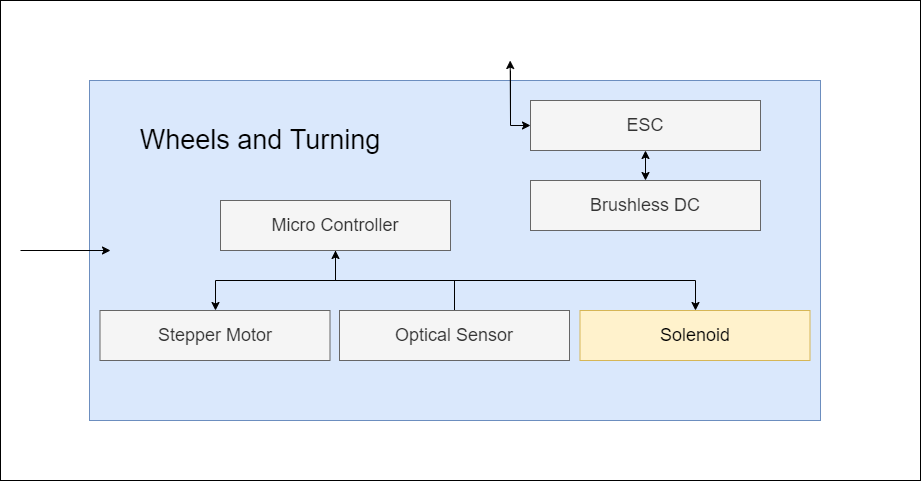
TuringBoard/ADS keeps this draw.io diagram as ADS Latex/images/Keaton/Solenoid.png. Above is the earlier version. Source tidied: cells renumbered, new cells last; positions are measured from the earlier drawing's top-left corner, leaving out a move shared by most shapes. Its diagram source:
```xml
<mxGraphModel>
  <root>
    <mxCell id="0" />
    <mxCell id="1" parent="0" />
    <mxCell id="2" style="rounded=0;whiteSpace=wrap;html=1;fontSize=14;" parent="1" vertex="1">
      <mxGeometry width="920" height="480" as="geometry" />
    </mxCell>
    <mxCell id="3" style="rounded=0;whiteSpace=wrap;html=1;fillColor=#dae8fc;strokeColor=#6c8ebf;" parent="1" vertex="1">
      <mxGeometry x="89" y="80" width="731" height="340" as="geometry" />
    </mxCell>
    <mxCell id="4" value="Wheels and Turning" style="text;html=1;strokeColor=none;fillColor=none;align=center;verticalAlign=middle;whiteSpace=wrap;rounded=0;fontSize=27;" parent="1" vertex="1">
      <mxGeometry x="110" y="110" width="300" height="60" as="geometry" />
    </mxCell>
    <mxCell id="5" value="ESC" style="rounded=0;whiteSpace=wrap;html=1;fontSize=18;fillColor=#f5f5f5;strokeColor=#666666;fontColor=#333333;" parent="1" vertex="1">
      <mxGeometry x="530" y="100" width="230" height="50" as="geometry" />
    </mxCell>
    <mxCell id="6" style="edgeStyle=orthogonalEdgeStyle;rounded=0;jettySize=auto;html=1;" parent="1" edge="1" source="8" target="10">
      <mxGeometry relative="1" as="geometry">
        <Array as="points">
          <mxPoint x="335" y="280" />
          <mxPoint x="215" y="280" />
        </Array>
      </mxGeometry>
    </mxCell>
    <mxCell id="7" style="edgeStyle=orthogonalEdgeStyle;rounded=0;jettySize=auto;html=1;exitX=0.5;exitY=1;exitDx=0;exitDy=0;" parent="1" edge="1" source="8" target="16">
      <mxGeometry relative="1" as="geometry">
        <Array as="points">
          <mxPoint x="335" y="280" />
          <mxPoint x="695" y="280" />
        </Array>
      </mxGeometry>
    </mxCell>
    <mxCell id="8" value="Micro Controller" style="rounded=0;whiteSpace=wrap;html=1;fontSize=18;fillColor=#f5f5f5;strokeColor=#666666;fontColor=#333333;" parent="1" vertex="1">
      <mxGeometry x="220" y="200" width="230" height="50" as="geometry" />
    </mxCell>
    <mxCell id="9" value="&lt;div&gt;Brushless DC&lt;/div&gt;" style="rounded=0;whiteSpace=wrap;html=1;fontSize=18;fillColor=#f5f5f5;strokeColor=#666666;fontColor=#333333;" parent="1" vertex="1">
      <mxGeometry x="530" y="180" width="230" height="50" as="geometry" />
    </mxCell>
    <mxCell id="10" value="Stepper Motor" style="rounded=0;whiteSpace=wrap;html=1;fontSize=18;fillColor=#f5f5f5;strokeColor=#666666;fontColor=#333333;" parent="1" vertex="1">
      <mxGeometry x="99.5" y="310" width="230" height="50" as="geometry" />
    </mxCell>
    <mxCell id="11" style="edgeStyle=orthogonalEdgeStyle;rounded=0;jettySize=auto;html=1;entryX=0;entryY=0.5;entryDx=0;entryDy=0;" parent="1" edge="1" target="5">
      <mxGeometry relative="1" as="geometry">
        <mxPoint x="510" y="70" as="sourcePoint" />
        <Array as="points">
          <mxPoint x="510" y="125" />
        </Array>
      </mxGeometry>
    </mxCell>
    <mxCell id="12" style="edgeStyle=orthogonalEdgeStyle;rounded=0;orthogonalLoop=1;jettySize=auto;html=1;exitX=0.5;exitY=1;exitDx=0;exitDy=0;" parent="1" edge="1" source="2" target="2">
      <mxGeometry relative="1" as="geometry" />
    </mxCell>
    <mxCell id="13" style="endArrow=classic;startArrow=classic;html=1;rounded=0;exitX=0.5;exitY=1;exitDx=0;exitDy=0;" parent="1" edge="1" source="5" target="9">
      <mxGeometry relative="1" as="geometry" />
    </mxCell>
    <mxCell id="14" style="edgeStyle=orthogonalEdgeStyle;rounded=0;jettySize=auto;html=1;entryX=0.5;entryY=1;entryDx=0;entryDy=0;" parent="1" edge="1" source="15" target="8">
      <mxGeometry relative="1" as="geometry" />
    </mxCell>
    <mxCell id="15" value="Optical Sensor" style="rounded=0;whiteSpace=wrap;html=1;fontSize=18;fillColor=#f5f5f5;strokeColor=#666666;fontColor=#333333;" parent="1" vertex="1">
      <mxGeometry x="339" y="310" width="230" height="50" as="geometry" />
    </mxCell>
    <mxCell id="16" value="Solenoid" style="rounded=0;whiteSpace=wrap;html=1;fontSize=18;fillColor=#fff2cc;strokeColor=#d6b656;" parent="1" vertex="1">
      <mxGeometry x="579.5" y="310" width="230" height="50" as="geometry" />
    </mxCell>
    <mxCell id="17" style="endArrow=classic;html=1;rounded=0;entryX=0.554;entryY=0.125;entryDx=0;entryDy=0;entryPerimeter=0;" parent="1" edge="1" target="2">
      <mxGeometry relative="1" as="geometry">
        <mxPoint x="510" y="120" as="sourcePoint" />
      </mxGeometry>
    </mxCell>
    <mxCell id="18" style="endArrow=classic;html=1;rounded=0;" parent="1" edge="1">
      <mxGeometry relative="1" as="geometry">
        <mxPoint x="20" y="250" as="sourcePoint" />
        <mxPoint x="110" y="250" as="targetPoint" />
      </mxGeometry>
    </mxCell>
  </root>
</mxGraphModel>
```
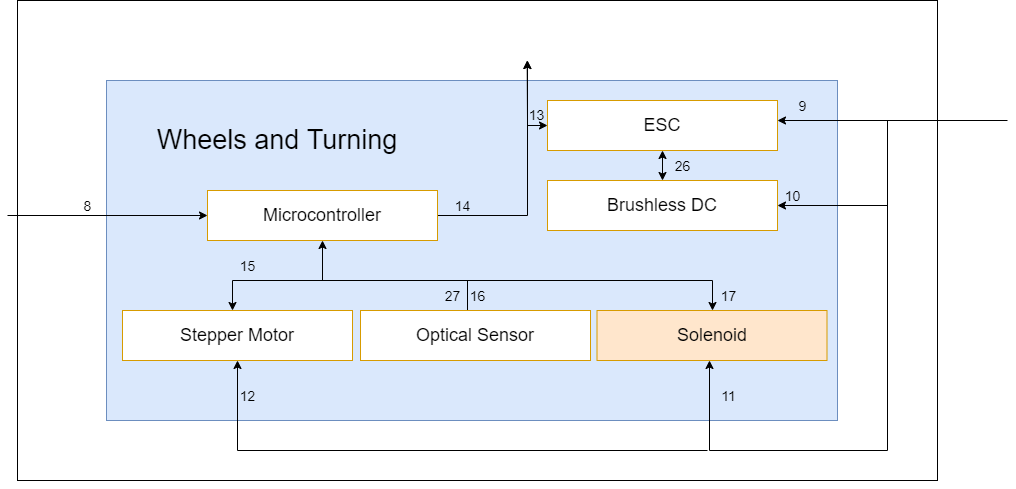
Later version of the same file.

What changed in the source:
```diff
@@ -11,33 +11,32 @@
     <mxCell id="4" value="Wheels and Turning" style="text;html=1;strokeColor=none;fillColor=none;align=center;verticalAlign=middle;whiteSpace=wrap;rounded=0;fontSize=27;" parent="1" vertex="1">
       <mxGeometry x="110" y="110" width="300" height="60" as="geometry" />
     </mxCell>
-    <mxCell id="5" value="ESC" style="rounded=0;whiteSpace=wrap;html=1;fontSize=18;fillColor=#f5f5f5;strokeColor=#666666;fontColor=#333333;" parent="1" vertex="1">
+    <mxCell id="5" value="ESC" style="rounded=0;whiteSpace=wrap;html=1;fontSize=18;fillColor=#FFFFFF;strokeColor=#d79b00;" parent="1" vertex="1">
       <mxGeometry x="530" y="100" width="230" height="50" as="geometry" />
     </mxCell>
-    <mxCell id="6" style="edgeStyle=orthogonalEdgeStyle;rounded=0;jettySize=auto;html=1;" parent="1" edge="1" source="8" target="10">
+    <mxCell id="6" style="edgeStyle=orthogonalEdgeStyle;rounded=0;jettySize=auto;html=1;" parent="1" edge="1" target="10">
       <mxGeometry relative="1" as="geometry">
+        <mxPoint x="335" y="280" as="sourcePoint" />
         <Array as="points">
           <mxPoint x="335" y="280" />
           <mxPoint x="215" y="280" />
         </Array>
       </mxGeometry>
     </mxCell>
-    <mxCell id="7" style="edgeStyle=orthogonalEdgeStyle;rounded=0;jettySize=auto;html=1;exitX=0.5;exitY=1;exitDx=0;exitDy=0;" parent="1" edge="1" source="8" target="16">
+    <mxCell id="7" style="edgeStyle=orthogonalEdgeStyle;rounded=0;jettySize=auto;html=1;" parent="1" edge="1" target="16">
       <mxGeometry relative="1" as="geometry">
+        <mxPoint x="335" y="280" as="sourcePoint" />
         <Array as="points">
           <mxPoint x="335" y="280" />
           <mxPoint x="695" y="280" />
         </Array>
       </mxGeometry>
     </mxCell>
-    <mxCell id="8" value="Micro Controller" style="rounded=0;whiteSpace=wrap;html=1;fontSize=18;fillColor=#f5f5f5;strokeColor=#666666;fontColor=#333333;" parent="1" vertex="1">
-      <mxGeometry x="220" y="200" width="230" height="50" as="geometry" />
-    </mxCell>
-    <mxCell id="9" value="&lt;div&gt;Brushless DC&lt;/div&gt;" style="rounded=0;whiteSpace=wrap;html=1;fontSize=18;fillColor=#f5f5f5;strokeColor=#666666;fontColor=#333333;" parent="1" vertex="1">
+    <mxCell id="9" value="&lt;div&gt;Brushless DC&lt;/div&gt;" style="rounded=0;whiteSpace=wrap;html=1;fontSize=18;fillColor=#FFFFFF;strokeColor=#d79b00;" parent="1" vertex="1">
       <mxGeometry x="530" y="180" width="230" height="50" as="geometry" />
     </mxCell>
-    <mxCell id="10" value="Stepper Motor" style="rounded=0;whiteSpace=wrap;html=1;fontSize=18;fillColor=#f5f5f5;strokeColor=#666666;fontColor=#333333;" parent="1" vertex="1">
-      <mxGeometry x="99.5" y="310" width="230" height="50" as="geometry" />
+    <mxCell id="10" value="Stepper Motor" style="rounded=0;whiteSpace=wrap;html=1;fontSize=18;fillColor=#FFFFFF;strokeColor=#d79b00;" parent="1" vertex="1">
+      <mxGeometry x="105" y="310" width="230" height="50" as="geometry" />
     </mxCell>
     <mxCell id="11" style="edgeStyle=orthogonalEdgeStyle;rounded=0;jettySize=auto;html=1;entryX=0;entryY=0.5;entryDx=0;entryDy=0;" parent="1" edge="1" target="5">
       <mxGeometry relative="1" as="geometry">
@@ -53,13 +52,18 @@
     <mxCell id="13" style="endArrow=classic;startArrow=classic;html=1;rounded=0;exitX=0.5;exitY=1;exitDx=0;exitDy=0;" parent="1" edge="1" source="5" target="9">
       <mxGeometry relative="1" as="geometry" />
     </mxCell>
-    <mxCell id="14" style="edgeStyle=orthogonalEdgeStyle;rounded=0;jettySize=auto;html=1;entryX=0.5;entryY=1;entryDx=0;entryDy=0;" parent="1" edge="1" source="15" target="8">
-      <mxGeometry relative="1" as="geometry" />
+    <mxCell id="14" style="edgeStyle=orthogonalEdgeStyle;rounded=0;jettySize=auto;html=1;entryX=0.5;entryY=1;entryDx=0;entryDy=0;" parent="1" edge="1" source="15" target="23">
+      <mxGeometry relative="1" as="geometry">
+        <Array as="points">
+          <mxPoint x="450" y="280" />
+          <mxPoint x="305" y="280" />
+        </Array>
+      </mxGeometry>
     </mxCell>
-    <mxCell id="15" value="Optical Sensor" style="rounded=0;whiteSpace=wrap;html=1;fontSize=18;fillColor=#f5f5f5;strokeColor=#666666;fontColor=#333333;" parent="1" vertex="1">
-      <mxGeometry x="339" y="310" width="230" height="50" as="geometry" />
+    <mxCell id="15" value="Optical Sensor" style="rounded=0;whiteSpace=wrap;html=1;fontSize=18;fillColor=#FFFFFF;strokeColor=#d79b00;" parent="1" vertex="1">
+      <mxGeometry x="343" y="310" width="230" height="50" as="geometry" />
     </mxCell>
-    <mxCell id="16" value="Solenoid" style="rounded=0;whiteSpace=wrap;html=1;fontSize=18;fillColor=#fff2cc;strokeColor=#d6b656;" parent="1" vertex="1">
+    <mxCell id="16" value="Solenoid" style="rounded=0;whiteSpace=wrap;html=1;fontSize=18;fillColor=#ffe6cc;strokeColor=#d79b00;" parent="1" vertex="1">
       <mxGeometry x="579.5" y="310" width="230" height="50" as="geometry" />
     </mxCell>
     <mxCell id="17" style="endArrow=classic;html=1;rounded=0;entryX=0.554;entryY=0.125;entryDx=0;entryDy=0;entryPerimeter=0;" parent="1" edge="1" target="2">
@@ -67,11 +71,83 @@
         <mxPoint x="510" y="120" as="sourcePoint" />
       </mxGeometry>
     </mxCell>
-    <mxCell id="18" style="endArrow=classic;html=1;rounded=0;" parent="1" edge="1">
-      <mxGeometry relative="1" as="geometry">
-        <mxPoint x="20" y="250" as="sourcePoint" />
-        <mxPoint x="110" y="250" as="targetPoint" />
-      </mxGeometry>
-    </mxCell>
+    <mxCell id="19" style="endArrow=classic;html=1;rounded=0;" parent="1" edge="1">
+      <mxGeometry relative="1" as="geometry">
+        <mxPoint x="990" y="120" as="sourcePoint" />
+        <mxPoint x="760" y="120" as="targetPoint" />
+      </mxGeometry>
+    </mxCell>
+    <mxCell id="20" style="endArrow=classic;html=1;rounded=0;" parent="1" edge="1">
+      <mxGeometry relative="1" as="geometry">
+        <mxPoint x="870" y="120" as="sourcePoint" />
+        <mxPoint x="692" y="360" as="targetPoint" />
+        <Array as="points">
+          <mxPoint x="870" y="450" />
+          <mxPoint x="692" y="450" />
+        </Array>
+      </mxGeometry>
+    </mxCell>
+    <mxCell id="21" style="endArrow=classic;html=1;rounded=0;entryX=0.5;entryY=1;entryDx=0;entryDy=0;" parent="1" edge="1" target="10">
+      <mxGeometry relative="1" as="geometry">
+        <mxPoint x="690" y="450" as="sourcePoint" />
+        <Array as="points">
+          <mxPoint x="220" y="450" />
+        </Array>
+      </mxGeometry>
+    </mxCell>
+    <mxCell id="22" style="edgeStyle=orthogonalEdgeStyle;rounded=0;jettySize=auto;html=1;" parent="1" edge="1" source="23">
+      <mxGeometry relative="1" as="geometry">
+        <mxPoint x="510" y="60" as="targetPoint" />
+      </mxGeometry>
+    </mxCell>
+    <mxCell id="23" value="Microcontroller" style="rounded=0;whiteSpace=wrap;html=1;fontSize=18;fillColor=#FFFFFF;strokeColor=#d79b00;" parent="1" vertex="1">
+      <mxGeometry x="190" y="190" width="230" height="50" as="geometry" />
+    </mxCell>
+    <mxCell id="24" value="&lt;font style=&quot;font-size: 14px&quot;&gt;8&lt;/font&gt;" style="text;html=1;align=center;verticalAlign=middle;strokeColor=none;fillColor=none;fontSize=18;" parent="1" vertex="1">
+      <mxGeometry x="60" y="190" width="20" height="30" as="geometry" />
+    </mxCell>
+    <mxCell id="25" value="&lt;font style=&quot;font-size: 14px&quot;&gt;15&lt;br&gt;&lt;/font&gt;" style="text;html=1;align=center;verticalAlign=middle;strokeColor=none;fillColor=none;fontSize=18;" parent="1" vertex="1">
+      <mxGeometry x="215" y="250" width="30" height="30" as="geometry" />
+    </mxCell>
+    <mxCell id="26" value="&lt;font style=&quot;font-size: 14px&quot;&gt;16&lt;br&gt;&lt;/font&gt;" style="text;html=1;align=center;verticalAlign=middle;strokeColor=none;fillColor=none;fontSize=18;" parent="1" vertex="1">
+      <mxGeometry x="445" y="280" width="30" height="30" as="geometry" />
+    </mxCell>
+    <mxCell id="27" style="endArrow=classic;html=1;rounded=0;entryX=0;entryY=0.5;entryDx=0;entryDy=0;" parent="1" edge="1" target="23">
+      <mxGeometry relative="1" as="geometry">
+        <mxPoint x="-10" y="215" as="sourcePoint" />
+      </mxGeometry>
+    </mxCell>
+    <mxCell id="28" value="&lt;font style=&quot;font-size: 14px&quot;&gt;17&lt;br&gt;&lt;/font&gt;" style="text;html=1;align=center;verticalAlign=middle;strokeColor=none;fillColor=none;fontSize=18;" parent="1" vertex="1">
+      <mxGeometry x="696" y="280" width="30" height="30" as="geometry" />
+    </mxCell>
+    <mxCell id="29" value="&lt;font style=&quot;font-size: 14px&quot;&gt;14&lt;br&gt;&lt;/font&gt;" style="text;html=1;align=center;verticalAlign=middle;strokeColor=none;fillColor=none;fontSize=18;" parent="1" vertex="1">
+      <mxGeometry x="430" y="190" width="30" height="30" as="geometry" />
+    </mxCell>
+    <mxCell id="30" value="&lt;font style=&quot;font-size: 14px&quot;&gt;13&lt;br&gt;&lt;/font&gt;" style="text;html=1;align=center;verticalAlign=middle;strokeColor=none;fillColor=none;fontSize=18;" parent="1" vertex="1">
+      <mxGeometry x="504" y="99" width="30" height="30" as="geometry" />
+    </mxCell>
+    <mxCell id="31" value="&lt;font style=&quot;font-size: 14px&quot;&gt;12&lt;span style=&quot;color: rgba(0 , 0 , 0 , 0) ; font-family: monospace ; font-size: 0px&quot;&gt;%3CmxGraphModel%3E%3Croot%3E%3CmxCell%20id%3D%220%22%2F%3E%3CmxCell%20id%3D%221%22%20parent%3D%220%22%2F%3E%3CmxCell%20id%3D%222%22%20value%3D%22%26lt%3Bfont%20style%3D%26quot%3Bfont-size%3A%2014px%26quot%3B%26gt%3B15%26lt%3Bbr%26gt%3B%26lt%3B%2Ffont%26gt%3B%22%20style%3D%22text%3Bhtml%3D1%3Balign%3Dcenter%3BverticalAlign%3Dmiddle%3Bresizable%3D0%3Bpoints%3D%5B%5D%3Bautosize%3D1%3BstrokeColor%3Dnone%3BfillColor%3Dnone%3BfontSize%3D18%3B%22%20vertex%3D%221%22%20parent%3D%221%22%3E%3CmxGeometry%20x%3D%22-595%22%20y%3D%22280%22%20width%3D%2230%22%20height%3D%2230%22%20as%3D%22geometry%22%2F%3E%3C%2FmxCell%3E%3C%2Froot%3E%3C%2FmxGraphModel%3E&lt;/span&gt;&lt;br&gt;&lt;/font&gt;" style="text;html=1;align=center;verticalAlign=middle;strokeColor=none;fillColor=none;fontSize=18;" parent="1" vertex="1">
+      <mxGeometry x="215" y="380" width="30" height="30" as="geometry" />
+    </mxCell>
+    <mxCell id="32" value="&lt;font style=&quot;font-size: 14px&quot;&gt;11&lt;br&gt;&lt;/font&gt;" style="text;html=1;align=center;verticalAlign=middle;strokeColor=none;fillColor=none;fontSize=18;" parent="1" vertex="1">
+      <mxGeometry x="696" y="380" width="30" height="30" as="geometry" />
+    </mxCell>
+    <mxCell id="33" value="&lt;font style=&quot;font-size: 14px&quot;&gt;10&lt;br&gt;&lt;/font&gt;" style="text;html=1;align=center;verticalAlign=middle;strokeColor=none;fillColor=none;fontSize=18;" parent="1" vertex="1">
+      <mxGeometry x="760" y="180" width="30" height="30" as="geometry" />
+    </mxCell>
+    <mxCell id="34" style="endArrow=classic;html=1;rounded=0;" parent="1" edge="1" target="9">
+      <mxGeometry relative="1" as="geometry">
+        <mxPoint x="870" y="205" as="sourcePoint" />
+      </mxGeometry>
+    </mxCell>
+    <mxCell id="35" value="&lt;font style=&quot;font-size: 14px&quot;&gt;9&lt;br&gt;&lt;/font&gt;" style="text;html=1;align=center;verticalAlign=middle;strokeColor=none;fillColor=none;fontSize=18;" parent="1" vertex="1">
+      <mxGeometry x="775" y="90" width="20" height="30" as="geometry" />
+    </mxCell>
+    <mxCell id="36" value="&lt;font style=&quot;font-size: 14px&quot;&gt;26&lt;br&gt;&lt;/font&gt;" style="text;html=1;align=center;verticalAlign=middle;strokeColor=none;fillColor=none;fontSize=18;" parent="1" vertex="1">
+      <mxGeometry x="650" y="150" width="30" height="30" as="geometry" />
+    </mxCell>
+    <mxCell id="37" value="&lt;font style=&quot;font-size: 14px&quot;&gt;27&lt;br&gt;&lt;/font&gt;" style="text;html=1;align=center;verticalAlign=middle;strokeColor=none;fillColor=none;fontSize=18;" parent="1" vertex="1">
+      <mxGeometry x="420" y="280" width="30" height="30" as="geometry" />
+    </mxCell>
   </root>
 </mxGraphModel>
```
